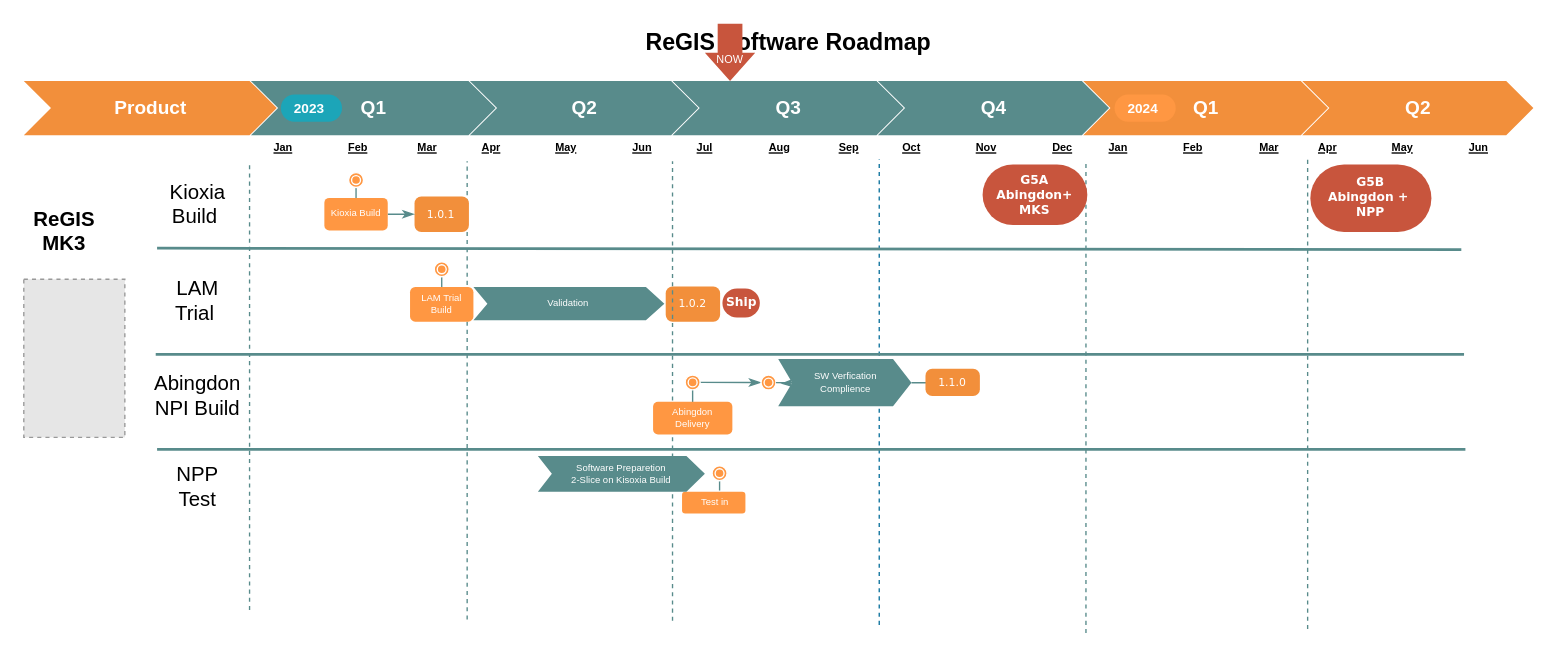
Above: page "ReGIS" (4 of 8) of 0.Project Roadmap.drawio in EdwardsKorea/CommonDrawIO (draw.io), before the change. Source tidied: cells renumbered, new cells numbered last; positions are measured from the earlier drawing's top-left corner, leaving out a move shared by most shapes. Both pictures are drawn from the tidied source at 136%, with x=0, y=0 at pixel (23, 23). Pictures stored in the file or linked from it are replaced by grey dashed boxes.
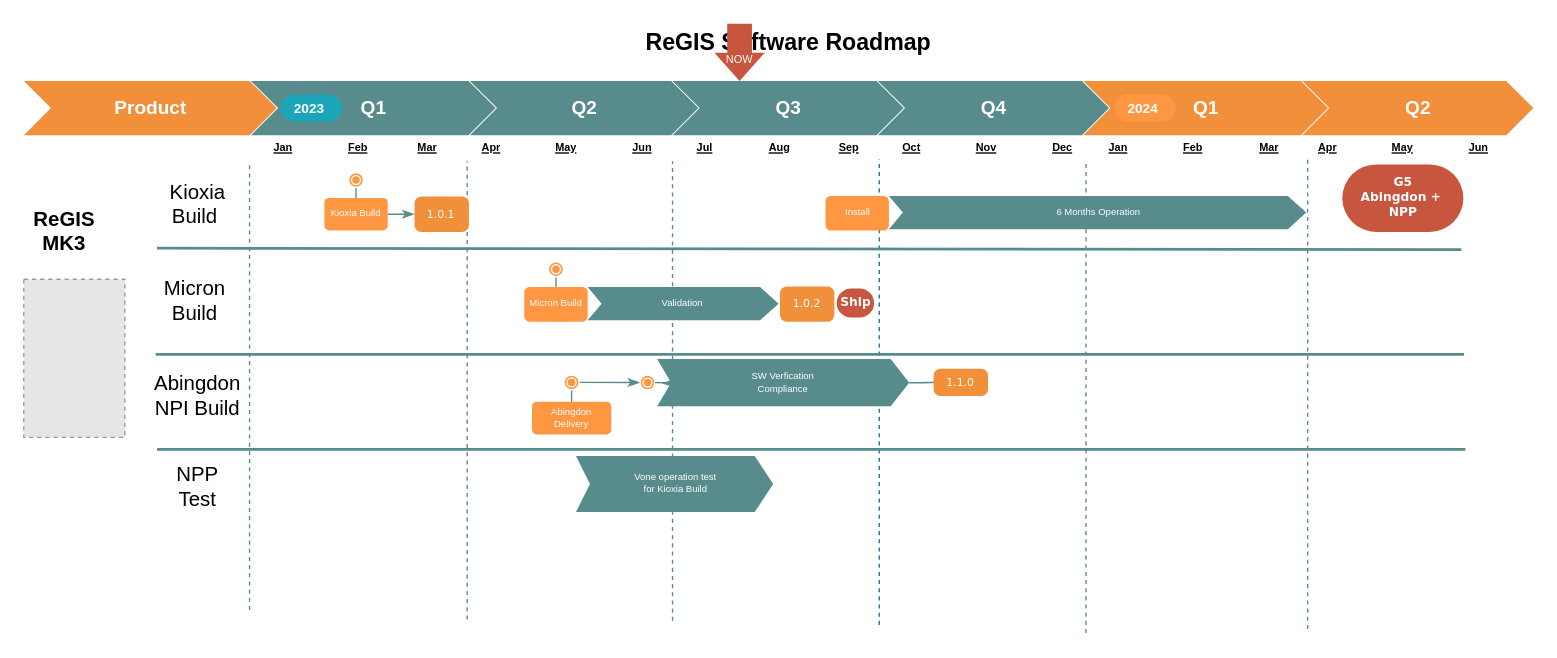
Above is the later version.

What changed in the source:
```diff
@@
     <mxCell id="11" value="1.0.2" style="html=1;shadow=0;dashed=0;shape=mxgraph.bootstrap.rrect;rSize=5;strokeColor=none;strokeWidth=1;fillColor=#F28f3b;fontColor=#FFFFFF;whiteSpace=wrap;align=center;verticalAlign=middle;spacingLeft=0;fontStyle=0;fontSize=8;spacing=5;fontFamily=Verdana;labelBackgroundColor=none;" parent="1" vertex="1">
-      <mxGeometry x="472" y="193.1" width="40" height="25.9" as="geometry" />
+      <mxGeometry x="556" y="193.1" width="40" height="25.9" as="geometry" />
     </mxCell>
     <mxCell id="12" value="&lt;br&gt;NOW" style="shape=singleArrow;direction=south;whiteSpace=wrap;html=1;labelBackgroundColor=none;strokeColor=none;fontFamily=Helvetica;fontSize=8;fontColor=#FFFFFF;fillColor=#c8553d;arrowWidth=0.4911463187325298;arrowSize=0.49521072796935545;" parent="1" vertex="1">
-      <mxGeometry x="500.8" width="37" height="42" as="geometry" />
+      <mxGeometry x="507.8" width="37" height="42" as="geometry" />
     </mxCell>
@@
     <mxCell id="39" style="edgeStyle=orthogonalEdgeStyle;curved=1;jettySize=auto;html=1;entryX=0.499;entryY=0.056;entryDx=0;entryDy=0;entryPerimeter=0;strokeColor=#588b8b;strokeWidth=1;fontFamily=Helvetica;fontSize=8;fontColor=#FFFFFF;endArrow=none;endFill=0;" parent="1" edge="1" source="41" target="42">
       <mxGeometry relative="1" as="geometry">
         <Array as="points">
-          <mxPoint x="491.8" y="270.2" />
-          <mxPoint x="491.8" y="270.2" />
+          <mxPoint x="402.8" y="270.2" />
+          <mxPoint x="402.8" y="270.2" />
         </Array>
       </mxGeometry>
     </mxCell>
@@
     <mxCell id="41" style="ellipse;shape=doubleEllipse;whiteSpace=wrap;html=1;labelBackgroundColor=none;strokeColor=#FFFFFF;fontFamily=Helvetica;fontSize=10;fontColor=#FFFFFF;fillColor=#FF9742;" parent="1" vertex="1">
-      <mxGeometry x="486.3" y="258.2" width="11" height="11" as="geometry" />
+      <mxGeometry x="397.3" y="258.2" width="11" height="11" as="geometry" />
     </mxCell>
     <mxCell id="42" value="Abingdon Delivery" style="rounded=1;whiteSpace=wrap;html=1;labelBackgroundColor=none;strokeColor=none;fontFamily=Helvetica;fontSize=7;fontColor=#FFFFFF;fillColor=#FF9742;" parent="1" vertex="1">
-      <mxGeometry x="462.7" y="277.9" width="58.3" height="24.1" as="geometry" />
+      <mxGeometry x="373.7" y="277.9" width="58.3" height="24.1" as="geometry" />
     </mxCell>
-    <mxCell id="43" value="G5A&lt;br&gt;Abingdon+ MKS" style="rounded=1;whiteSpace=wrap;html=1;arcSize=50;strokeColor=none;strokeWidth=1;fillColor=#c8553d;fontColor=#FFFFFF;whiteSpace=wrap;align=center;verticalAlign=middle;spacingLeft=0;fontStyle=1;fontSize=9;spacing=10;fontFamily=Verdana;" parent="1" vertex="1">
-      <mxGeometry x="705" y="103.4" width="77" height="44.6" as="geometry" />
-    </mxCell>
@@
-    <mxCell id="45" value="LAM Trial Build" style="rounded=1;whiteSpace=wrap;html=1;labelBackgroundColor=none;strokeColor=none;fontFamily=Helvetica;fontSize=7;fontColor=#FFFFFF;fillColor=#FF9742;" parent="1" vertex="1">
-      <mxGeometry x="284" y="193.6" width="46.6" height="25.4" as="geometry" />
+    <mxCell id="45" value="Micron Build" style="rounded=1;whiteSpace=wrap;html=1;labelBackgroundColor=none;strokeColor=none;fontFamily=Helvetica;fontSize=7;fontColor=#FFFFFF;fillColor=#FF9742;" parent="1" vertex="1">
+      <mxGeometry x="368" y="193.6" width="46.6" height="25.4" as="geometry" />
     </mxCell>
     <mxCell id="46" style="edgeStyle=orthogonalEdgeStyle;curved=1;jettySize=auto;html=1;entryX=0.499;entryY=0.056;entryDx=0;entryDy=0;entryPerimeter=0;strokeColor=#588b8b;strokeWidth=1;fontFamily=Helvetica;fontSize=8;fontColor=#FFFFFF;endArrow=none;endFill=0;" parent="1" edge="1" source="47">
       <mxGeometry relative="1" as="geometry">
-        <mxPoint x="307.3" y="193.6" as="targetPoint" />
+        <mxPoint x="391.3" y="193.6" as="targetPoint" />
         <Array as="points">
-          <mxPoint x="307.3" y="187" />
-          <mxPoint x="307.3" y="187" />
+          <mxPoint x="391.3" y="187" />
+          <mxPoint x="391.3" y="187" />
         </Array>
       </mxGeometry>
     </mxCell>
     <mxCell id="47" style="ellipse;shape=doubleEllipse;whiteSpace=wrap;html=1;labelBackgroundColor=none;strokeColor=#FFFFFF;fontFamily=Helvetica;fontSize=10;fontColor=#FFFFFF;fillColor=#FF9742;" parent="1" vertex="1">
-      <mxGeometry x="301.8" y="175" width="11" height="11" as="geometry" />
+      <mxGeometry x="385.8" y="175" width="11" height="11" as="geometry" />
     </mxCell>
@@
     <mxCell id="49" style="ellipse;shape=doubleEllipse;whiteSpace=wrap;html=1;labelBackgroundColor=none;strokeColor=#FFFFFF;fontFamily=Helvetica;fontSize=10;fontColor=#FFFFFF;fillColor=#FF9742;" parent="1" vertex="1">
-      <mxGeometry x="542.1" y="258.3" width="11" height="11" as="geometry" />
+      <mxGeometry x="453.1" y="258.3" width="11" height="11" as="geometry" />
     </mxCell>
     <mxCell id="50" value="1.1.0" style="html=1;shadow=0;dashed=0;shape=mxgraph.bootstrap.rrect;rSize=5;strokeColor=none;strokeWidth=1;fillColor=#F28f3b;fontColor=#FFFFFF;whiteSpace=wrap;align=center;verticalAlign=middle;spacingLeft=0;fontStyle=0;fontSize=8;spacing=5;fontFamily=Verdana;labelBackgroundColor=none;" parent="1" vertex="1">
-      <mxGeometry x="663" y="253.7" width="40" height="20" as="geometry" />
+      <mxGeometry x="669" y="253.7" width="40" height="20" as="geometry" />
     </mxCell>
@@
     <mxCell id="56" value="Validation&amp;nbsp;" style="html=1;shape=mxgraph.infographic.ribbonSimple;notch1=10.29;notch2=13.57;fillColor=#588b8b;strokeColor=none;align=center;verticalAlign=middle;fontColor=#ffffff;fontSize=7;fontStyle=0;rounded=0;" parent="1" vertex="1">
-      <mxGeometry x="330.6" y="193.6" width="140.4" height="24.4" as="geometry" />
+      <mxGeometry x="414.6" y="193.6" width="140.4" height="24.4" as="geometry" />
     </mxCell>
     <mxCell id="57" value="Ship" style="rounded=1;whiteSpace=wrap;html=1;arcSize=50;strokeColor=none;strokeWidth=1;fillColor=#c8553d;fontColor=#FFFFFF;whiteSpace=wrap;align=center;verticalAlign=middle;spacingLeft=0;fontStyle=1;fontSize=9;spacing=10;fontFamily=Verdana;" parent="1" vertex="1">
-      <mxGeometry x="513.7" y="194.6" width="27.5" height="21.4" as="geometry" />
+      <mxGeometry x="597.7" y="194.6" width="27.5" height="21.4" as="geometry" />
     </mxCell>
@@
-    <mxCell id="60" value="&amp;nbsp;LAM Trial" style="text;html=1;strokeColor=none;fillColor=none;align=center;verticalAlign=middle;whiteSpace=wrap;rounded=0;fontSize=15;" parent="1" vertex="1">
+    <mxCell id="60" value="Micron&lt;br&gt;Build" style="text;html=1;strokeColor=none;fillColor=none;align=center;verticalAlign=middle;whiteSpace=wrap;rounded=0;fontSize=15;" parent="1" vertex="1">
       <mxGeometry x="96" y="187.8" width="60" height="30" as="geometry" />
     </mxCell>
@@
-    <mxCell id="65" value="&amp;nbsp;Test in" style="rounded=1;whiteSpace=wrap;html=1;labelBackgroundColor=none;strokeColor=none;fontFamily=Helvetica;fontSize=7;fontColor=#FFFFFF;fillColor=#FF9742;" parent="1" vertex="1">
-      <mxGeometry x="484" y="344" width="46.6" height="16" as="geometry" />
-    </mxCell>
-    <mxCell id="66" style="edgeStyle=orthogonalEdgeStyle;curved=1;jettySize=auto;html=1;entryX=0.499;entryY=0.056;entryDx=0;entryDy=0;entryPerimeter=0;strokeColor=#588b8b;strokeWidth=1;fontFamily=Helvetica;fontSize=8;fontColor=#FFFFFF;endArrow=none;endFill=0;" parent="1" edge="1" source="67">
+    <mxCell id="66" style="edgeStyle=orthogonalEdgeStyle;curved=1;orthogonalLoop=1;jettySize=auto;html=1;entryX=0.499;entryY=0.056;entryDx=0;entryDy=0;entryPerimeter=0;strokeColor=#588b8b;strokeWidth=1;fontFamily=Helvetica;fontSize=8;fontColor=#FFFFFF;endArrow=none;endFill=0;" parent="1" edge="1">
       <mxGeometry relative="1" as="geometry">
+        <mxPoint x="511.6" y="336" as="sourcePoint" />
         <mxPoint x="511.6" y="343.2" as="targetPoint" />
         <Array as="points">
           <mxPoint x="511.6" y="337" />
           <mxPoint x="511.6" y="337" />
         </Array>
       </mxGeometry>
     </mxCell>
-    <mxCell id="67" style="ellipse;shape=doubleEllipse;whiteSpace=wrap;html=1;labelBackgroundColor=none;strokeColor=#FFFFFF;fontFamily=Helvetica;fontSize=10;fontColor=#FFFFFF;fillColor=#FF9742;" parent="1" vertex="1">
-      <mxGeometry x="506.1" y="325" width="11" height="11" as="geometry" />
-    </mxCell>
-    <mxCell id="68" value="Software Preparetion&lt;br&gt;2-Slice on Kisoxia Build" style="html=1;shape=mxgraph.infographic.ribbonSimple;notch1=10.29;notch2=13.57;fillColor=#588b8b;strokeColor=none;align=center;verticalAlign=middle;fontColor=#ffffff;fontSize=7;fontStyle=0;rounded=0;" parent="1" vertex="1">
-      <mxGeometry x="378" y="317.8" width="122.8" height="26.2" as="geometry" />
+    <mxCell id="68" value="Vone operation test &lt;br&gt;for Kioxia Build" style="html=1;shape=mxgraph.infographic.ribbonSimple;notch1=10.29;notch2=13.57;fillColor=#588b8b;strokeColor=none;align=center;verticalAlign=middle;fontColor=#ffffff;fontSize=7;fontStyle=0;rounded=0;" parent="1" vertex="1">
+      <mxGeometry x="406" y="317.8" width="145" height="41.2" as="geometry" />
     </mxCell>
-    <mxCell id="69" value="G5B&lt;br&gt;Abingdon +&amp;nbsp;&lt;br&gt;NPP" style="rounded=1;whiteSpace=wrap;html=1;arcSize=50;strokeColor=none;strokeWidth=1;fillColor=#c8553d;fontColor=#FFFFFF;whiteSpace=wrap;align=center;verticalAlign=middle;spacingLeft=0;fontStyle=1;fontSize=9;spacing=10;fontFamily=Verdana;" parent="1" vertex="1">
-      <mxGeometry x="946" y="103.4" width="89" height="49.6" as="geometry" />
+    <mxCell id="69" value="G5&lt;br&gt;Abingdon +&amp;nbsp;&lt;br&gt;NPP" style="rounded=1;whiteSpace=wrap;html=1;arcSize=50;strokeColor=none;strokeWidth=1;fillColor=#c8553d;fontColor=#FFFFFF;whiteSpace=wrap;align=center;verticalAlign=middle;spacingLeft=0;fontStyle=1;fontSize=9;spacing=10;fontFamily=Verdana;" parent="1" vertex="1">
+      <mxGeometry x="969.5" y="103.4" width="89" height="49.6" as="geometry" />
     </mxCell>
@@
-    <mxCell id="71" value="SW Verfication&lt;br&gt;Complience" style="html=1;shape=mxgraph.infographic.ribbonSimple;notch1=10.29;notch2=13.57;fillColor=#588b8b;strokeColor=none;align=center;verticalAlign=middle;fontColor=#ffffff;fontSize=7;fontStyle=0;rounded=0;" parent="1" vertex="1">
-      <mxGeometry x="554.7" y="246.4" width="98" height="34.9" as="geometry" />
+    <mxCell id="71" value="SW Verfication&lt;br&gt;Compliance" style="html=1;shape=mxgraph.infographic.ribbonSimple;notch1=10.29;notch2=13.57;fillColor=#588b8b;strokeColor=none;align=center;verticalAlign=middle;fontColor=#ffffff;fontSize=7;fontStyle=0;rounded=0;" parent="1" vertex="1">
+      <mxGeometry x="465.7" y="246.4" width="185.3" height="34.9" as="geometry" />
     </mxCell>
+    <mxCell id="72" value="Install" style="rounded=1;whiteSpace=wrap;html=1;labelBackgroundColor=none;strokeColor=none;fontFamily=Helvetica;fontSize=7;fontColor=#FFFFFF;fillColor=#FF9742;" parent="1" vertex="1">
+      <mxGeometry x="589.5" y="126.6" width="46.6" height="25.4" as="geometry" />
+    </mxCell>
+    <mxCell id="73" value="6 Months Operation" style="html=1;shape=mxgraph.infographic.ribbonSimple;notch1=10.29;notch2=13.57;fillColor=#588b8b;strokeColor=none;align=center;verticalAlign=middle;fontColor=#ffffff;fontSize=7;fontStyle=0;rounded=0;" parent="1" vertex="1">
+      <mxGeometry x="636.1" y="126.6" width="306.9" height="24.4" as="geometry" />
+    </mxCell>
```
